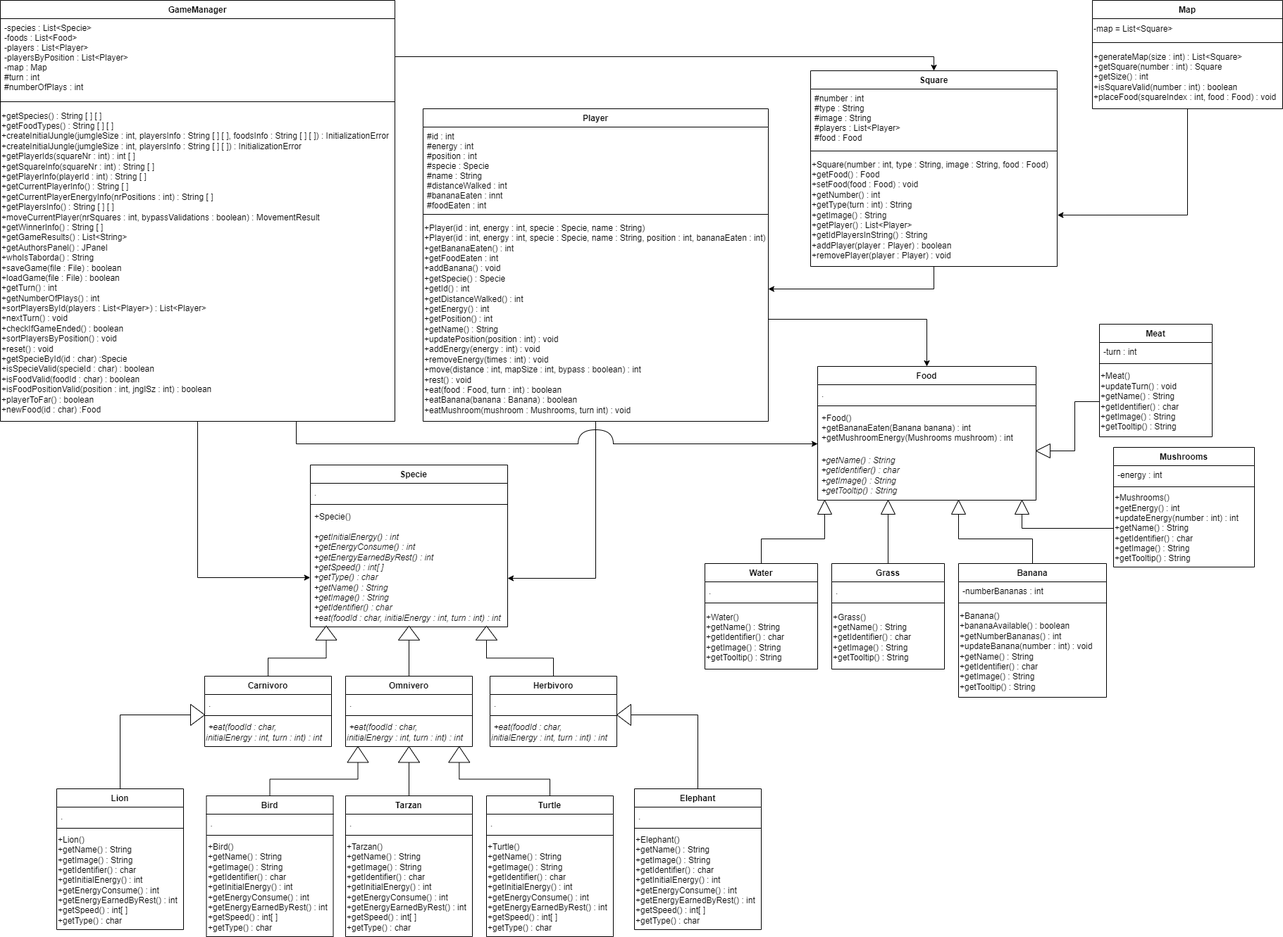
This is Diagrama.png from ValentimPaulo-a22107873/LP2_DeisiJungle, a draw.io export, as it was before one commit. Source tidied: cells renumbered, new cells last; positions are measured from the earlier drawing's top-left corner, leaving out a move shared by most shapes.
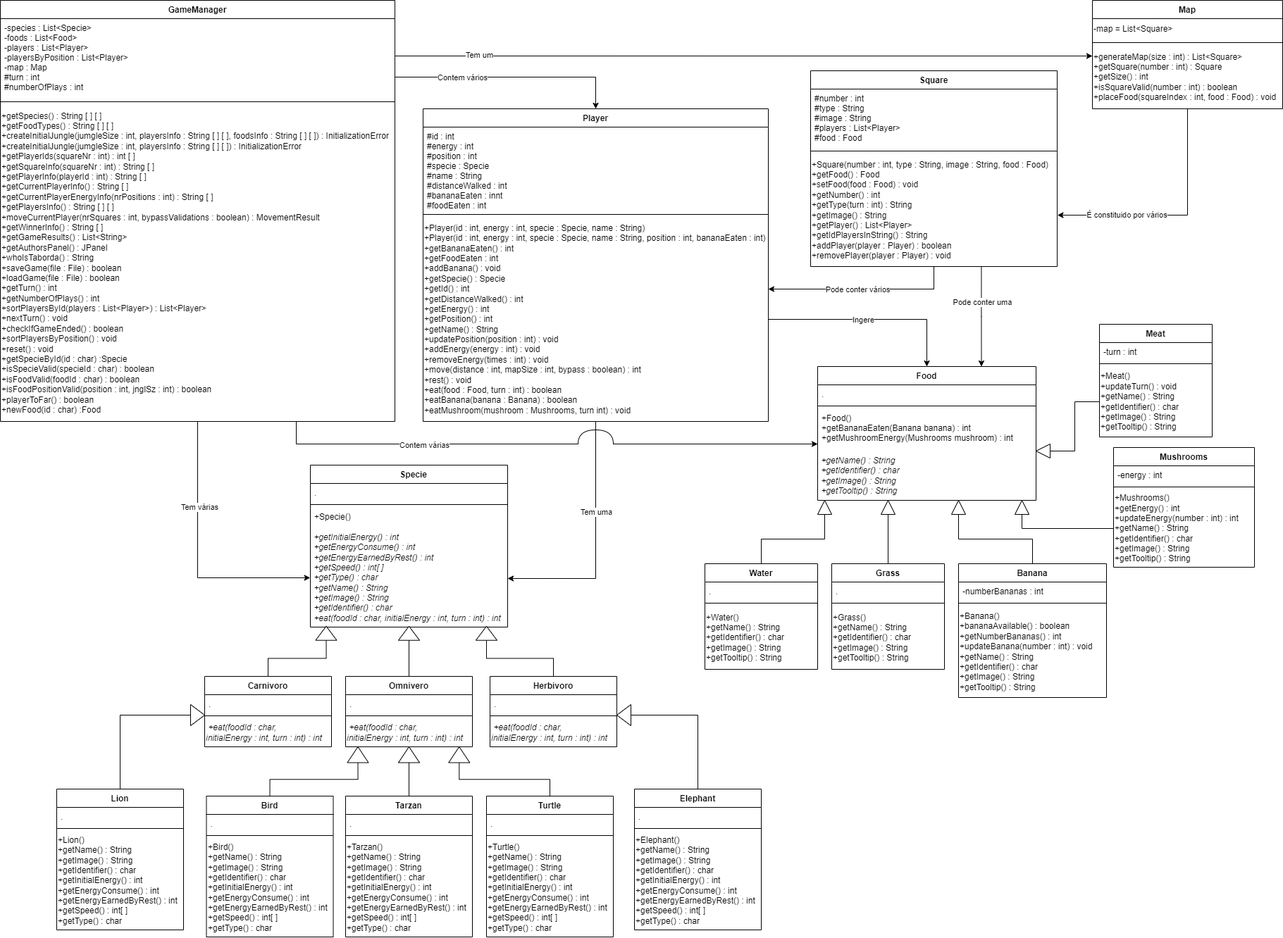
The same diagram one commit later.

Commit message:
atualização no Diagrama UML

The edit, as a diff of the source:
```diff
@@ -257,6 +257,9 @@
         </Array>
       </mxGeometry>
     </mxCell>
+    <mxCell id="117" value="Contem várias" style="edgeLabel;html=1;align=center;verticalAlign=middle;" parent="84" vertex="1">
+      <mxGeometry x="-0.01" y="-1" relative="1" as="geometry" />
+    </mxCell>
     <mxCell id="85" value="GameManager" style="swimlane;fontStyle=1;align=center;verticalAlign=top;horizontal=1;startSize=26;" parent="1" vertex="1">
       <mxGeometry width="560" height="598" as="geometry" />
     </mxCell>
@@ -272,9 +275,15 @@
     <mxCell id="89" style="edgeStyle=orthogonalEdgeStyle;rounded=0;jettySize=auto;html=1;entryX=-0.001;entryY=0.5;entryDx=0;entryDy=0;entryPerimeter=0;" parent="1" edge="1" source="88" target="35">
       <mxGeometry relative="1" as="geometry" />
     </mxCell>
+    <mxCell id="118" value="Tem várias" style="edgeLabel;html=1;align=center;verticalAlign=middle;" parent="89" vertex="1">
+      <mxGeometry x="-0.37" y="2" relative="1" as="geometry" />
+    </mxCell>
     <mxCell id="90" style="edgeStyle=orthogonalEdgeStyle;rounded=0;jettySize=auto;html=1;entryX=1;entryY=0.507;entryDx=0;entryDy=0;entryPerimeter=0;" parent="1" edge="1" source="75" target="35">
       <mxGeometry relative="1" as="geometry" />
     </mxCell>
+    <mxCell id="119" value="Tem uma" style="edgeLabel;html=1;align=center;verticalAlign=middle;" parent="90" vertex="1">
+      <mxGeometry x="-0.26" relative="1" as="geometry" />
+    </mxCell>
     <mxCell id="91" style="triangle;whiteSpace=wrap;html=1;rotation=-90;" parent="1" vertex="1">
       <mxGeometry x="452.5" y="883.8" width="20" height="30" as="geometry" />
     </mxCell>
@@ -312,14 +321,23 @@
         </Array>
       </mxGeometry>
     </mxCell>
+    <mxCell id="120" value="É constituido por vários" style="edgeLabel;html=1;align=center;verticalAlign=middle;" parent="101" vertex="1">
+      <mxGeometry x="0.54" y="1" relative="1" as="geometry">
+        <mxPoint x="21" y="-2" as="offset" />
+      </mxGeometry>
+    </mxCell>
-    <mxCell id="102" style="edgeStyle=orthogonalEdgeStyle;rounded=0;jettySize=auto;html=1;exitX=1;exitY=0.5;exitDx=0;exitDy=0;entryX=0.5;entryY=0;entryDx=0;entryDy=0;endArrow=classic;endFill=1;" parent="1" edge="1" source="86" target="76">
+    <mxCell id="102" style="edgeStyle=orthogonalEdgeStyle;rounded=0;jettySize=auto;html=1;exitX=1;exitY=0.5;exitDx=0;exitDy=0;entryX=0;entryY=0.167;entryDx=0;entryDy=0;endArrow=classic;endFill=1;entryPerimeter=0;" parent="1" edge="1" source="86" target="83">
       <mxGeometry relative="1" as="geometry">
         <Array as="points">
-          <mxPoint x="560" y="80" />
-          <mxPoint x="1325" y="80" />
+          <mxPoint x="560" y="79" />
         </Array>
       </mxGeometry>
     </mxCell>
+    <mxCell id="121" value="Tem um" style="edgeLabel;html=1;align=center;verticalAlign=middle;" parent="102" vertex="1">
+      <mxGeometry x="-0.75" y="-2" relative="1" as="geometry">
+        <mxPoint x="-2" y="-4" as="offset" />
+      </mxGeometry>
+    </mxCell>
     <mxCell id="103" style="edgeStyle=orthogonalEdgeStyle;rounded=0;jettySize=auto;html=1;endArrow=classic;endFill=1;" parent="1" edge="1" source="79" target="75">
       <mxGeometry relative="1" as="geometry">
         <Array as="points">
@@ -327,6 +345,11 @@
         </Array>
       </mxGeometry>
     </mxCell>
+    <mxCell id="122" value="Pode conter vários" style="edgeLabel;html=1;align=center;verticalAlign=middle;" parent="103" vertex="1">
+      <mxGeometry x="0.47" y="-2" relative="1" as="geometry">
+        <mxPoint x="55" y="2" as="offset" />
+      </mxGeometry>
+    </mxCell>
     <mxCell id="104" style="curved=1;endArrow=none;html=1;rounded=0;endFill=0;" parent="1" edge="1">
       <mxGeometry relative="1" as="geometry">
         <mxPoint x="820" y="630" as="sourcePoint" />
@@ -360,6 +383,9 @@
     <mxCell id="109" style="edgeStyle=orthogonalEdgeStyle;rounded=0;jumpStyle=arc;jettySize=auto;html=1;entryX=0.5;entryY=0;entryDx=0;entryDy=0;strokeColor=default;endArrow=classic;endFill=1;" parent="1" edge="1" source="75" target="2">
       <mxGeometry relative="1" as="geometry" />
     </mxCell>
+    <mxCell id="123" value="Ingere" style="edgeLabel;html=1;align=center;verticalAlign=middle;" parent="109" vertex="1">
+      <mxGeometry x="-0.08" relative="1" as="geometry" />
+    </mxCell>
     <mxCell id="110" style="triangle;whiteSpace=wrap;html=1;rotation=-90;" parent="1" vertex="1">
       <mxGeometry x="1160" y="710" width="20" height="20" as="geometry" />
     </mxCell>
@@ -385,5 +411,25 @@
     <mxCell id="116" style="edgeStyle=orthogonalEdgeStyle;rounded=0;jumpStyle=arc;jettySize=auto;html=1;entryX=0;entryY=0.5;entryDx=0;entryDy=0;strokeColor=default;endArrow=none;endFill=0;" parent="1" edge="1" source="21" target="114">
       <mxGeometry relative="1" as="geometry" />
     </mxCell>
+    <mxCell id="124" style="edgeStyle=orthogonalEdgeStyle;rounded=0;jettySize=auto;html=1;entryX=0.75;entryY=0;entryDx=0;entryDy=0;" parent="1" edge="1" source="79" target="2">
+      <mxGeometry x="-0.37" y="9" relative="1" as="geometry">
+        <Array as="points">
+          <mxPoint x="1393" y="449" />
+        </Array>
+      </mxGeometry>
+    </mxCell>
+    <mxCell id="125" value="Pode conter uma" style="edgeLabel;html=1;align=center;verticalAlign=middle;" parent="124" vertex="1">
+      <mxGeometry x="-0.3" y="1" relative="1" as="geometry" />
+    </mxCell>
+    <mxCell id="126" style="edgeStyle=orthogonalEdgeStyle;rounded=0;jettySize=auto;html=1;entryX=0.5;entryY=0;entryDx=0;entryDy=0;" parent="1" edge="1" source="86" target="72">
+      <mxGeometry relative="1" as="geometry">
+        <Array as="points">
+          <mxPoint x="845" y="109" />
+        </Array>
+      </mxGeometry>
+    </mxCell>
+    <mxCell id="127" value="Contem vários" style="edgeLabel;html=1;align=center;verticalAlign=middle;" parent="126" vertex="1">
+      <mxGeometry x="-0.42" relative="1" as="geometry" />
+    </mxCell>
   </root>
 </mxGraphModel>
```
